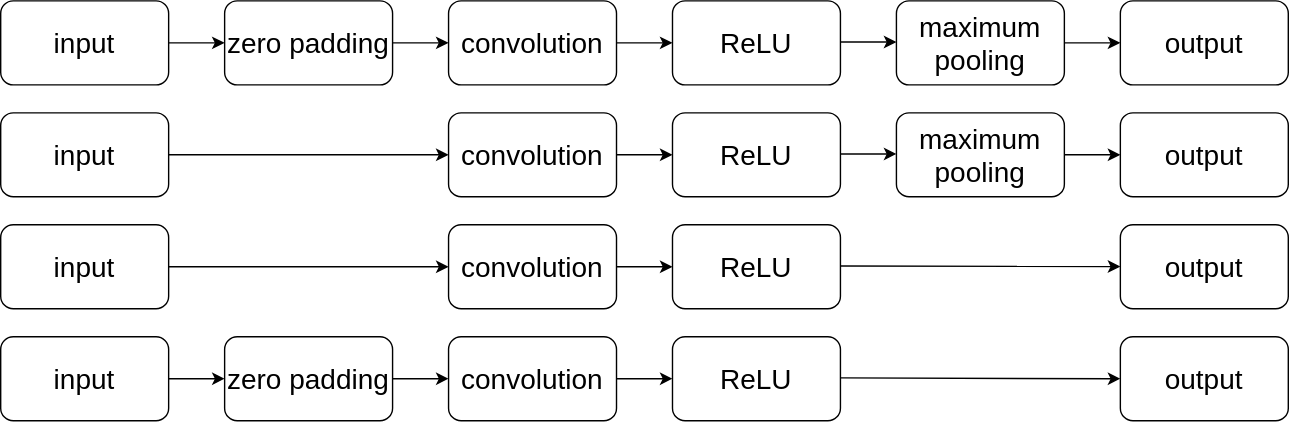
Earlier version of the draw.io export doc/images/processing_element.svg (marph91/pocket-cnn). Source tidied: cells renumbered, new cells last; positions are measured from the earlier drawing's top-left corner, leaving out a move shared by most shapes.
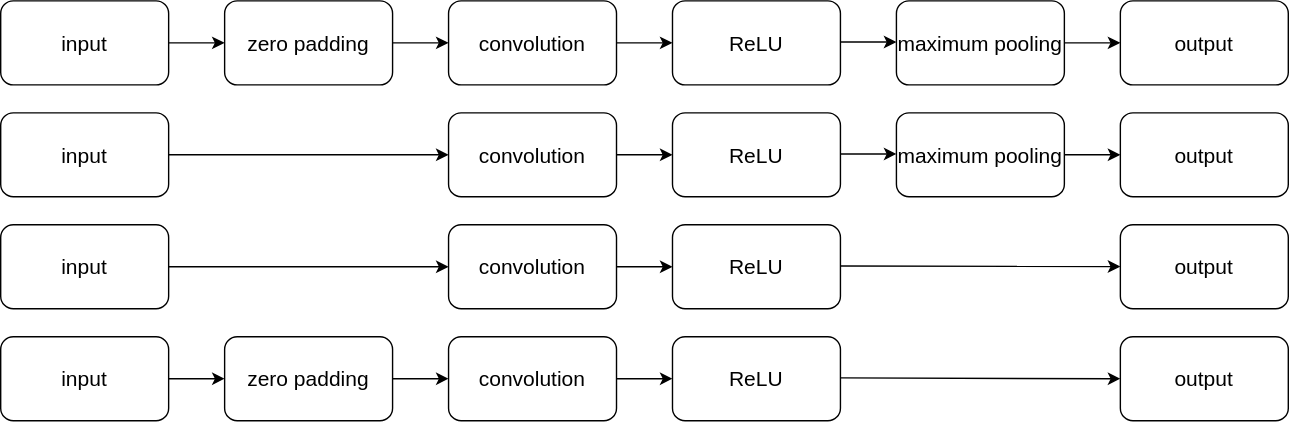
The same diagram one commit later.

The edit, as a diff of the source:
```diff
@@ -2,138 +2,138 @@
   <root>
     <mxCell id="0" />
     <mxCell id="1" parent="0" />
-    <mxCell id="2" value="&lt;font style=&quot;font-size: 20px&quot;&gt;input&lt;/font&gt;" style="rounded=1;whiteSpace=wrap;html=1;" parent="1" vertex="1">
+    <mxCell id="2" value="&lt;font style=&quot;font-size: 15px;&quot;&gt;input&lt;/font&gt;" style="rounded=1;whiteSpace=wrap;html=1;fontSize=15;" parent="1" vertex="1">
       <mxGeometry width="120" height="60" as="geometry" />
     </mxCell>
-    <mxCell id="3" value="&lt;font style=&quot;font-size: 20px&quot;&gt;zero padding&lt;/font&gt;" style="rounded=1;whiteSpace=wrap;html=1;" parent="1" vertex="1">
+    <mxCell id="3" value="&lt;font style=&quot;font-size: 15px;&quot;&gt;zero padding&lt;/font&gt;" style="rounded=1;whiteSpace=wrap;html=1;fontSize=15;" parent="1" vertex="1">
       <mxGeometry x="160" width="120" height="60" as="geometry" />
     </mxCell>
-    <mxCell id="4" style="endArrow=classic;html=1;exitX=1;exitY=0.5;exitDx=0;exitDy=0;entryX=0;entryY=0.5;entryDx=0;entryDy=0;" parent="1" edge="1" source="2" target="3">
+    <mxCell id="4" style="endArrow=classic;html=1;exitX=1;exitY=0.5;exitDx=0;exitDy=0;entryX=0;entryY=0.5;entryDx=0;entryDy=0;fontSize=15;" parent="1" edge="1" source="2" target="3">
       <mxGeometry relative="1" as="geometry" />
     </mxCell>
-    <mxCell id="5" value="&lt;font style=&quot;font-size: 20px&quot;&gt;convolution&lt;/font&gt;" style="rounded=1;whiteSpace=wrap;html=1;glass=0;shadow=0;comic=0;" parent="1" vertex="1">
+    <mxCell id="5" value="&lt;font style=&quot;font-size: 15px;&quot;&gt;convolution&lt;/font&gt;" style="rounded=1;whiteSpace=wrap;html=1;glass=0;shadow=0;comic=0;fontSize=15;" parent="1" vertex="1">
       <mxGeometry x="320" width="120" height="60" as="geometry" />
     </mxCell>
-    <mxCell id="6" style="endArrow=classic;html=1;exitX=1;exitY=0.5;exitDx=0;exitDy=0;entryX=0;entryY=0.5;entryDx=0;entryDy=0;" parent="1" edge="1" target="5">
+    <mxCell id="6" style="endArrow=classic;html=1;exitX=1;exitY=0.5;exitDx=0;exitDy=0;entryX=0;entryY=0.5;entryDx=0;entryDy=0;fontSize=15;" parent="1" edge="1" target="5">
       <mxGeometry relative="1" as="geometry">
         <mxPoint x="280" y="30" as="sourcePoint" />
       </mxGeometry>
     </mxCell>
-    <mxCell id="7" style="endArrow=classic;html=1;exitX=1;exitY=0.5;exitDx=0;exitDy=0;entryX=0;entryY=0.5;entryDx=0;entryDy=0;" parent="1" edge="1">
+    <mxCell id="7" style="endArrow=classic;html=1;exitX=1;exitY=0.5;exitDx=0;exitDy=0;entryX=0;entryY=0.5;entryDx=0;entryDy=0;fontSize=15;" parent="1" edge="1">
       <mxGeometry relative="1" as="geometry">
         <mxPoint x="600" y="29.4" as="sourcePoint" />
         <mxPoint x="640" y="29.4" as="targetPoint" />
       </mxGeometry>
     </mxCell>
-    <mxCell id="8" value="&lt;font style=&quot;font-size: 20px&quot;&gt;ReLU&lt;br&gt;&lt;/font&gt;" style="rounded=1;whiteSpace=wrap;html=1;" parent="1" vertex="1">
+    <mxCell id="8" value="&lt;font style=&quot;font-size: 15px;&quot;&gt;ReLU&lt;br style=&quot;font-size: 15px;&quot;&gt;&lt;/font&gt;" style="rounded=1;whiteSpace=wrap;html=1;fontSize=15;" parent="1" vertex="1">
       <mxGeometry x="480" width="120" height="60" as="geometry" />
     </mxCell>
-    <mxCell id="9" style="endArrow=classic;html=1;exitX=1;exitY=0.5;exitDx=0;exitDy=0;entryX=0;entryY=0.5;entryDx=0;entryDy=0;" parent="1" edge="1" target="8">
+    <mxCell id="9" style="endArrow=classic;html=1;exitX=1;exitY=0.5;exitDx=0;exitDy=0;entryX=0;entryY=0.5;entryDx=0;entryDy=0;fontSize=15;" parent="1" edge="1" target="8">
       <mxGeometry relative="1" as="geometry">
         <mxPoint x="440" y="30" as="sourcePoint" />
       </mxGeometry>
     </mxCell>
-    <mxCell id="10" value="&lt;font&gt;&lt;font style=&quot;font-size: 20px&quot;&gt;output&lt;/font&gt;&lt;br&gt;&lt;/font&gt;" style="rounded=1;whiteSpace=wrap;html=1;" parent="1" vertex="1">
+    <mxCell id="10" value="&lt;font style=&quot;font-size: 15px;&quot;&gt;&lt;font style=&quot;font-size: 15px;&quot;&gt;output&lt;/font&gt;&lt;br style=&quot;font-size: 15px;&quot;&gt;&lt;/font&gt;" style="rounded=1;whiteSpace=wrap;html=1;fontSize=15;" parent="1" vertex="1">
       <mxGeometry x="800" width="120" height="60" as="geometry" />
     </mxCell>
-    <mxCell id="11" style="endArrow=classic;html=1;exitX=1;exitY=0.5;exitDx=0;exitDy=0;entryX=0;entryY=0.5;entryDx=0;entryDy=0;" parent="1" edge="1" target="10">
+    <mxCell id="11" style="endArrow=classic;html=1;exitX=1;exitY=0.5;exitDx=0;exitDy=0;entryX=0;entryY=0.5;entryDx=0;entryDy=0;fontSize=15;" parent="1" edge="1" target="10">
       <mxGeometry relative="1" as="geometry">
         <mxPoint x="760" y="30" as="sourcePoint" />
       </mxGeometry>
     </mxCell>
-    <mxCell id="12" value="&lt;font style=&quot;font-size: 20px&quot;&gt;maximum pooling&lt;br&gt;&lt;/font&gt;" style="rounded=1;whiteSpace=wrap;html=1;" parent="1" vertex="1">
+    <mxCell id="12" value="&lt;font style=&quot;font-size: 15px;&quot;&gt;maximum pooling&lt;br style=&quot;font-size: 15px;&quot;&gt;&lt;/font&gt;" style="rounded=1;whiteSpace=wrap;html=1;fontSize=15;" parent="1" vertex="1">
       <mxGeometry x="640" width="120" height="60" as="geometry" />
     </mxCell>
-    <mxCell id="13" value="&lt;font style=&quot;font-size: 20px&quot;&gt;input&lt;/font&gt;" style="rounded=1;whiteSpace=wrap;html=1;" parent="1" vertex="1">
+    <mxCell id="13" value="&lt;font style=&quot;font-size: 15px;&quot;&gt;input&lt;/font&gt;" style="rounded=1;whiteSpace=wrap;html=1;fontSize=15;" parent="1" vertex="1">
       <mxGeometry y="80" width="120" height="60" as="geometry" />
     </mxCell>
-    <mxCell id="14" style="endArrow=classic;html=1;exitX=1;exitY=0.5;exitDx=0;exitDy=0;entryX=0;entryY=0.5;entryDx=0;entryDy=0;" parent="1" edge="1" source="13" target="15">
+    <mxCell id="14" style="endArrow=classic;html=1;exitX=1;exitY=0.5;exitDx=0;exitDy=0;entryX=0;entryY=0.5;entryDx=0;entryDy=0;fontSize=15;" parent="1" edge="1" source="13" target="15">
       <mxGeometry relative="1" as="geometry" />
     </mxCell>
-    <mxCell id="15" value="&lt;font style=&quot;font-size: 20px&quot;&gt;convolution&lt;/font&gt;" style="rounded=1;whiteSpace=wrap;html=1;glass=0;shadow=0;comic=0;" parent="1" vertex="1">
+    <mxCell id="15" value="&lt;font style=&quot;font-size: 15px;&quot;&gt;convolution&lt;/font&gt;" style="rounded=1;whiteSpace=wrap;html=1;glass=0;shadow=0;comic=0;fontSize=15;" parent="1" vertex="1">
       <mxGeometry x="320" y="80" width="120" height="60" as="geometry" />
     </mxCell>
-    <mxCell id="16" style="endArrow=classic;html=1;exitX=1;exitY=0.5;exitDx=0;exitDy=0;entryX=0;entryY=0.5;entryDx=0;entryDy=0;" parent="1" edge="1">
+    <mxCell id="16" style="endArrow=classic;html=1;exitX=1;exitY=0.5;exitDx=0;exitDy=0;entryX=0;entryY=0.5;entryDx=0;entryDy=0;fontSize=15;" parent="1" edge="1">
       <mxGeometry relative="1" as="geometry">
         <mxPoint x="600" y="109.4" as="sourcePoint" />
         <mxPoint x="640" y="109.4" as="targetPoint" />
       </mxGeometry>
     </mxCell>
-    <mxCell id="17" value="&lt;font style=&quot;font-size: 20px&quot;&gt;ReLU&lt;br&gt;&lt;/font&gt;" style="rounded=1;whiteSpace=wrap;html=1;" parent="1" vertex="1">
+    <mxCell id="17" value="&lt;font style=&quot;font-size: 15px;&quot;&gt;ReLU&lt;br style=&quot;font-size: 15px;&quot;&gt;&lt;/font&gt;" style="rounded=1;whiteSpace=wrap;html=1;fontSize=15;" parent="1" vertex="1">
       <mxGeometry x="480" y="80" width="120" height="60" as="geometry" />
     </mxCell>
-    <mxCell id="18" style="endArrow=classic;html=1;exitX=1;exitY=0.5;exitDx=0;exitDy=0;entryX=0;entryY=0.5;entryDx=0;entryDy=0;" parent="1" edge="1" target="17">
+    <mxCell id="18" style="endArrow=classic;html=1;exitX=1;exitY=0.5;exitDx=0;exitDy=0;entryX=0;entryY=0.5;entryDx=0;entryDy=0;fontSize=15;" parent="1" edge="1" target="17">
       <mxGeometry relative="1" as="geometry">
         <mxPoint x="440" y="110" as="sourcePoint" />
       </mxGeometry>
     </mxCell>
-    <mxCell id="19" value="&lt;font&gt;&lt;font style=&quot;font-size: 20px&quot;&gt;output&lt;/font&gt;&lt;br&gt;&lt;/font&gt;" style="rounded=1;whiteSpace=wrap;html=1;" parent="1" vertex="1">
+    <mxCell id="19" value="&lt;font style=&quot;font-size: 15px;&quot;&gt;&lt;font style=&quot;font-size: 15px;&quot;&gt;output&lt;/font&gt;&lt;br style=&quot;font-size: 15px;&quot;&gt;&lt;/font&gt;" style="rounded=1;whiteSpace=wrap;html=1;fontSize=15;" parent="1" vertex="1">
       <mxGeometry x="800" y="80" width="120" height="60" as="geometry" />
     </mxCell>
-    <mxCell id="20" style="endArrow=classic;html=1;exitX=1;exitY=0.5;exitDx=0;exitDy=0;entryX=0;entryY=0.5;entryDx=0;entryDy=0;" parent="1" edge="1" target="19">
+    <mxCell id="20" style="endArrow=classic;html=1;exitX=1;exitY=0.5;exitDx=0;exitDy=0;entryX=0;entryY=0.5;entryDx=0;entryDy=0;fontSize=15;" parent="1" edge="1" target="19">
       <mxGeometry relative="1" as="geometry">
         <mxPoint x="760" y="110" as="sourcePoint" />
       </mxGeometry>
     </mxCell>
-    <mxCell id="21" value="&lt;font style=&quot;font-size: 20px&quot;&gt;maximum pooling&lt;br&gt;&lt;/font&gt;" style="rounded=1;whiteSpace=wrap;html=1;" parent="1" vertex="1">
+    <mxCell id="21" value="&lt;font style=&quot;font-size: 15px;&quot;&gt;maximum pooling&lt;br style=&quot;font-size: 15px;&quot;&gt;&lt;/font&gt;" style="rounded=1;whiteSpace=wrap;html=1;fontSize=15;" parent="1" vertex="1">
       <mxGeometry x="640" y="80" width="120" height="60" as="geometry" />
     </mxCell>
-    <mxCell id="22" value="&lt;font style=&quot;font-size: 20px&quot;&gt;input&lt;/font&gt;" style="rounded=1;whiteSpace=wrap;html=1;" parent="1" vertex="1">
+    <mxCell id="22" value="&lt;font style=&quot;font-size: 15px;&quot;&gt;input&lt;/font&gt;" style="rounded=1;whiteSpace=wrap;html=1;fontSize=15;" parent="1" vertex="1">
       <mxGeometry y="160" width="120" height="60" as="geometry" />
     </mxCell>
-    <mxCell id="23" style="endArrow=classic;html=1;exitX=1;exitY=0.5;exitDx=0;exitDy=0;" parent="1" edge="1" source="22" target="24">
+    <mxCell id="23" style="endArrow=classic;html=1;exitX=1;exitY=0.5;exitDx=0;exitDy=0;fontSize=15;" parent="1" edge="1" source="22" target="24">
       <mxGeometry relative="1" as="geometry" />
     </mxCell>
-    <mxCell id="24" value="&lt;font style=&quot;font-size: 20px&quot;&gt;convolution&lt;/font&gt;" style="rounded=1;whiteSpace=wrap;html=1;glass=0;shadow=0;comic=0;" parent="1" vertex="1">
+    <mxCell id="24" value="&lt;font style=&quot;font-size: 15px;&quot;&gt;convolution&lt;/font&gt;" style="rounded=1;whiteSpace=wrap;html=1;glass=0;shadow=0;comic=0;fontSize=15;" parent="1" vertex="1">
       <mxGeometry x="320" y="160" width="120" height="60" as="geometry" />
     </mxCell>
-    <mxCell id="25" style="endArrow=classic;html=1;exitX=1;exitY=0.5;exitDx=0;exitDy=0;" parent="1" edge="1" target="28">
+    <mxCell id="25" style="endArrow=classic;html=1;exitX=1;exitY=0.5;exitDx=0;exitDy=0;fontSize=15;" parent="1" edge="1" target="28">
       <mxGeometry relative="1" as="geometry">
         <mxPoint x="600" y="189.4" as="sourcePoint" />
       </mxGeometry>
     </mxCell>
-    <mxCell id="26" value="&lt;font style=&quot;font-size: 20px&quot;&gt;ReLU&lt;br&gt;&lt;/font&gt;" style="rounded=1;whiteSpace=wrap;html=1;" parent="1" vertex="1">
+    <mxCell id="26" value="&lt;font style=&quot;font-size: 15px;&quot;&gt;ReLU&lt;br style=&quot;font-size: 15px;&quot;&gt;&lt;/font&gt;" style="rounded=1;whiteSpace=wrap;html=1;fontSize=15;" parent="1" vertex="1">
       <mxGeometry x="480" y="160" width="120" height="60" as="geometry" />
     </mxCell>
-    <mxCell id="27" style="endArrow=classic;html=1;exitX=1;exitY=0.5;exitDx=0;exitDy=0;entryX=0;entryY=0.5;entryDx=0;entryDy=0;" parent="1" edge="1" target="26">
+    <mxCell id="27" style="endArrow=classic;html=1;exitX=1;exitY=0.5;exitDx=0;exitDy=0;entryX=0;entryY=0.5;entryDx=0;entryDy=0;fontSize=15;" parent="1" edge="1" target="26">
       <mxGeometry relative="1" as="geometry">
         <mxPoint x="440" y="190" as="sourcePoint" />
       </mxGeometry>
     </mxCell>
-    <mxCell id="28" value="&lt;font&gt;&lt;font style=&quot;font-size: 20px&quot;&gt;output&lt;/font&gt;&lt;br&gt;&lt;/font&gt;" style="rounded=1;whiteSpace=wrap;html=1;" parent="1" vertex="1">
+    <mxCell id="28" value="&lt;font style=&quot;font-size: 15px;&quot;&gt;&lt;font style=&quot;font-size: 15px;&quot;&gt;output&lt;/font&gt;&lt;br style=&quot;font-size: 15px;&quot;&gt;&lt;/font&gt;" style="rounded=1;whiteSpace=wrap;html=1;fontSize=15;" parent="1" vertex="1">
       <mxGeometry x="800" y="160" width="120" height="60" as="geometry" />
     </mxCell>
-    <mxCell id="29" value="&lt;font style=&quot;font-size: 20px&quot;&gt;input&lt;/font&gt;" style="rounded=1;whiteSpace=wrap;html=1;" parent="1" vertex="1">
+    <mxCell id="29" value="&lt;font style=&quot;font-size: 15px;&quot;&gt;input&lt;/font&gt;" style="rounded=1;whiteSpace=wrap;html=1;fontSize=15;" parent="1" vertex="1">
       <mxGeometry y="240" width="120" height="60" as="geometry" />
     </mxCell>
-    <mxCell id="30" value="&lt;font style=&quot;font-size: 20px&quot;&gt;zero padding&lt;/font&gt;" style="rounded=1;whiteSpace=wrap;html=1;" parent="1" vertex="1">
+    <mxCell id="30" value="&lt;font style=&quot;font-size: 15px;&quot;&gt;zero padding&lt;/font&gt;" style="rounded=1;whiteSpace=wrap;html=1;fontSize=15;" parent="1" vertex="1">
       <mxGeometry x="160" y="240" width="120" height="60" as="geometry" />
     </mxCell>
-    <mxCell id="31" style="endArrow=classic;html=1;exitX=1;exitY=0.5;exitDx=0;exitDy=0;entryX=0;entryY=0.5;entryDx=0;entryDy=0;" parent="1" edge="1" source="29" target="30">
+    <mxCell id="31" style="endArrow=classic;html=1;exitX=1;exitY=0.5;exitDx=0;exitDy=0;entryX=0;entryY=0.5;entryDx=0;entryDy=0;fontSize=15;" parent="1" edge="1" source="29" target="30">
       <mxGeometry relative="1" as="geometry" />
     </mxCell>
-    <mxCell id="32" value="&lt;font style=&quot;font-size: 20px&quot;&gt;convolution&lt;/font&gt;" style="rounded=1;whiteSpace=wrap;html=1;glass=0;shadow=0;comic=0;" parent="1" vertex="1">
+    <mxCell id="32" value="&lt;font style=&quot;font-size: 15px;&quot;&gt;convolution&lt;/font&gt;" style="rounded=1;whiteSpace=wrap;html=1;glass=0;shadow=0;comic=0;fontSize=15;" parent="1" vertex="1">
       <mxGeometry x="320" y="240" width="120" height="60" as="geometry" />
     </mxCell>
-    <mxCell id="33" style="endArrow=classic;html=1;exitX=1;exitY=0.5;exitDx=0;exitDy=0;entryX=0;entryY=0.5;entryDx=0;entryDy=0;" parent="1" edge="1" target="32">
+    <mxCell id="33" style="endArrow=classic;html=1;exitX=1;exitY=0.5;exitDx=0;exitDy=0;entryX=0;entryY=0.5;entryDx=0;entryDy=0;fontSize=15;" parent="1" edge="1" target="32">
       <mxGeometry relative="1" as="geometry">
         <mxPoint x="280" y="270" as="sourcePoint" />
       </mxGeometry>
     </mxCell>
-    <mxCell id="34" style="endArrow=classic;html=1;exitX=1;exitY=0.5;exitDx=0;exitDy=0;entryX=0;entryY=0.5;entryDx=0;entryDy=0;" parent="1" edge="1" target="37">
+    <mxCell id="34" style="endArrow=classic;html=1;exitX=1;exitY=0.5;exitDx=0;exitDy=0;entryX=0;entryY=0.5;entryDx=0;entryDy=0;fontSize=15;" parent="1" edge="1" target="37">
       <mxGeometry relative="1" as="geometry">
         <mxPoint x="600" y="269.4" as="sourcePoint" />
       </mxGeometry>
     </mxCell>
-    <mxCell id="35" value="&lt;font style=&quot;font-size: 20px&quot;&gt;ReLU&lt;br&gt;&lt;/font&gt;" style="rounded=1;whiteSpace=wrap;html=1;" parent="1" vertex="1">
+    <mxCell id="35" value="&lt;font style=&quot;font-size: 15px;&quot;&gt;ReLU&lt;br style=&quot;font-size: 15px;&quot;&gt;&lt;/font&gt;" style="rounded=1;whiteSpace=wrap;html=1;fontSize=15;" parent="1" vertex="1">
       <mxGeometry x="480" y="240" width="120" height="60" as="geometry" />
     </mxCell>
-    <mxCell id="36" style="endArrow=classic;html=1;exitX=1;exitY=0.5;exitDx=0;exitDy=0;entryX=0;entryY=0.5;entryDx=0;entryDy=0;" parent="1" edge="1" target="35">
+    <mxCell id="36" style="endArrow=classic;html=1;exitX=1;exitY=0.5;exitDx=0;exitDy=0;entryX=0;entryY=0.5;entryDx=0;entryDy=0;fontSize=15;" parent="1" edge="1" target="35">
       <mxGeometry relative="1" as="geometry">
         <mxPoint x="440" y="270" as="sourcePoint" />
       </mxGeometry>
     </mxCell>
-    <mxCell id="37" value="&lt;font&gt;&lt;font style=&quot;font-size: 20px&quot;&gt;output&lt;/font&gt;&lt;br&gt;&lt;/font&gt;" style="rounded=1;whiteSpace=wrap;html=1;" parent="1" vertex="1">
+    <mxCell id="37" value="&lt;font style=&quot;font-size: 15px;&quot;&gt;&lt;font style=&quot;font-size: 15px;&quot;&gt;output&lt;/font&gt;&lt;br style=&quot;font-size: 15px;&quot;&gt;&lt;/font&gt;" style="rounded=1;whiteSpace=wrap;html=1;fontSize=15;" parent="1" vertex="1">
       <mxGeometry x="800" y="240" width="120" height="60" as="geometry" />
     </mxCell>
   </root>
```
